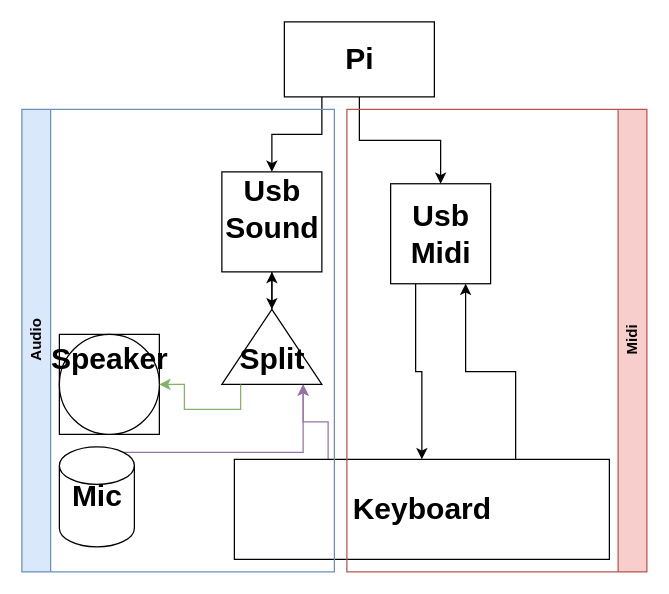
beiop/e keeps this draw.io diagram as Untitled Diagram.drawio. Above is the earlier version. Source tidied: cells renumbered, new cells numbered last; positions are measured from the earlier drawing's top-left corner, leaving out a move shared by most shapes. Both pictures are drawn from the tidied source at 125%, with x=0, y=0 at pixel (21, 21).
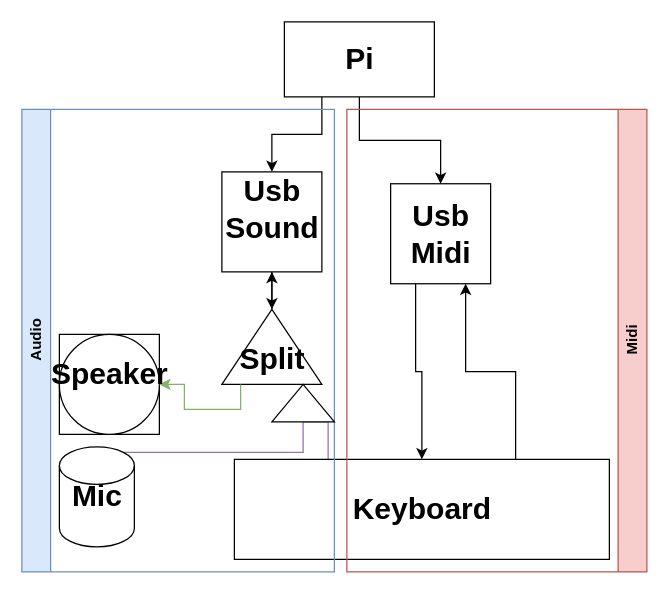
After the change.

Unchanged cells that the change refers to:
```xml
<mxCell id="24" value="Audio" style="swimlane;horizontal=0;whiteSpace=wrap;html=1;fillColor=#dae8fc;strokeColor=#6c8ebf;" parent="1" vertex="1">
  <mxGeometry y="70" width="250" height="370" as="geometry" />
</mxCell>
```

The edit, as a diff of the source:
```diff
@@
     <mxCell id="20" value="Speaker" style="text;strokeColor=none;fillColor=none;html=1;fontSize=24;fontStyle=1;verticalAlign=middle;align=center;" parent="1" vertex="1">
-      <mxGeometry x="20" y="250" width="100" height="40" as="geometry" />
+      <mxGeometry x="20" y="262" width="100" height="40" as="geometry" />
     </mxCell>
@@
+    <mxCell id="28" style="triangle;whiteSpace=wrap;html=1;direction=north;" parent="24" vertex="1">
+      <mxGeometry x="200" y="220" width="50" height="30" as="geometry" />
+    </mxCell>
```
